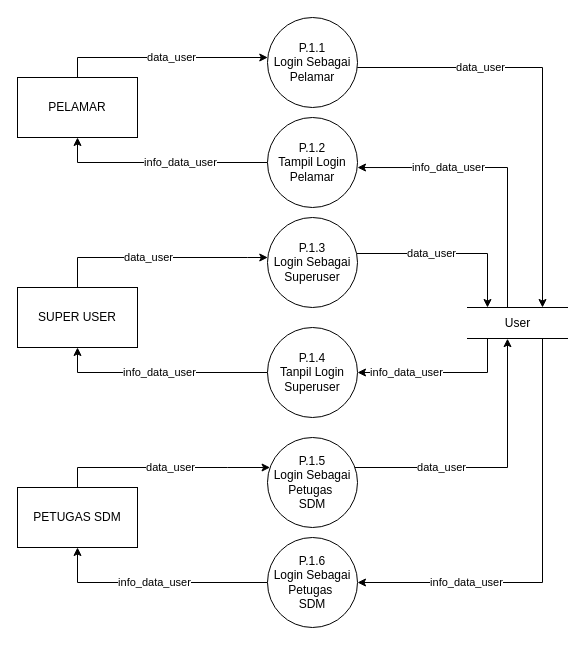
Above: page "DFD P.1" (3 of 7) of DFD.drawio in keys2505/tugas-akhir (draw.io), before the change. Source tidied: cells renumbered, new cells numbered last; positions are measured from the earlier drawing's top-left corner, leaving out a move shared by most shapes. Both pictures are drawn from the tidied source at 100%, with x=0, y=0 at pixel (17, 17).
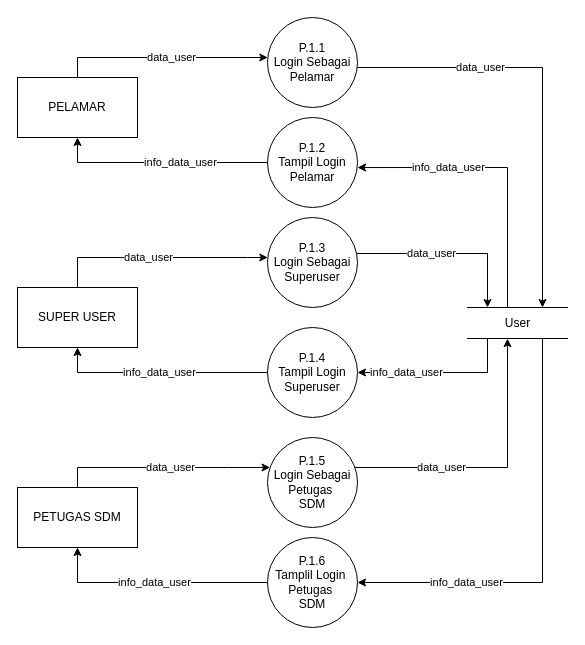
The same page after the edit.

The edit, as a diff of the source:
```diff
@@
-    <mxCell id="22" value="&lt;div&gt;P.1.4&lt;/div&gt;&lt;div&gt;Tanpil Login Superuser&lt;br&gt;&lt;/div&gt;" style="ellipse;whiteSpace=wrap;html=1;" parent="1" vertex="1">
+    <mxCell id="22" value="&lt;div&gt;P.1.4&lt;/div&gt;&lt;div&gt;Tampil Login Superuser&lt;br&gt;&lt;/div&gt;" style="ellipse;whiteSpace=wrap;html=1;" parent="1" vertex="1">
       <mxGeometry x="250" y="310" width="90" height="90" as="geometry" />
     </mxCell>
-    <mxCell id="23" value="&lt;div&gt;P.1.6&lt;/div&gt;&lt;div&gt;Login Sebagai Petugas&amp;nbsp;&lt;br&gt;&lt;/div&gt;SDM" style="ellipse;whiteSpace=wrap;html=1;" parent="1" vertex="1">
+    <mxCell id="23" value="&lt;div&gt;P.1.6&lt;/div&gt;&lt;div&gt;Tamplil Login&amp;nbsp; Petugas&amp;nbsp;&lt;br&gt;&lt;/div&gt;SDM" style="ellipse;whiteSpace=wrap;html=1;" parent="1" vertex="1">
       <mxGeometry x="250" y="520" width="90" height="90" as="geometry" />
     </mxCell>
```
